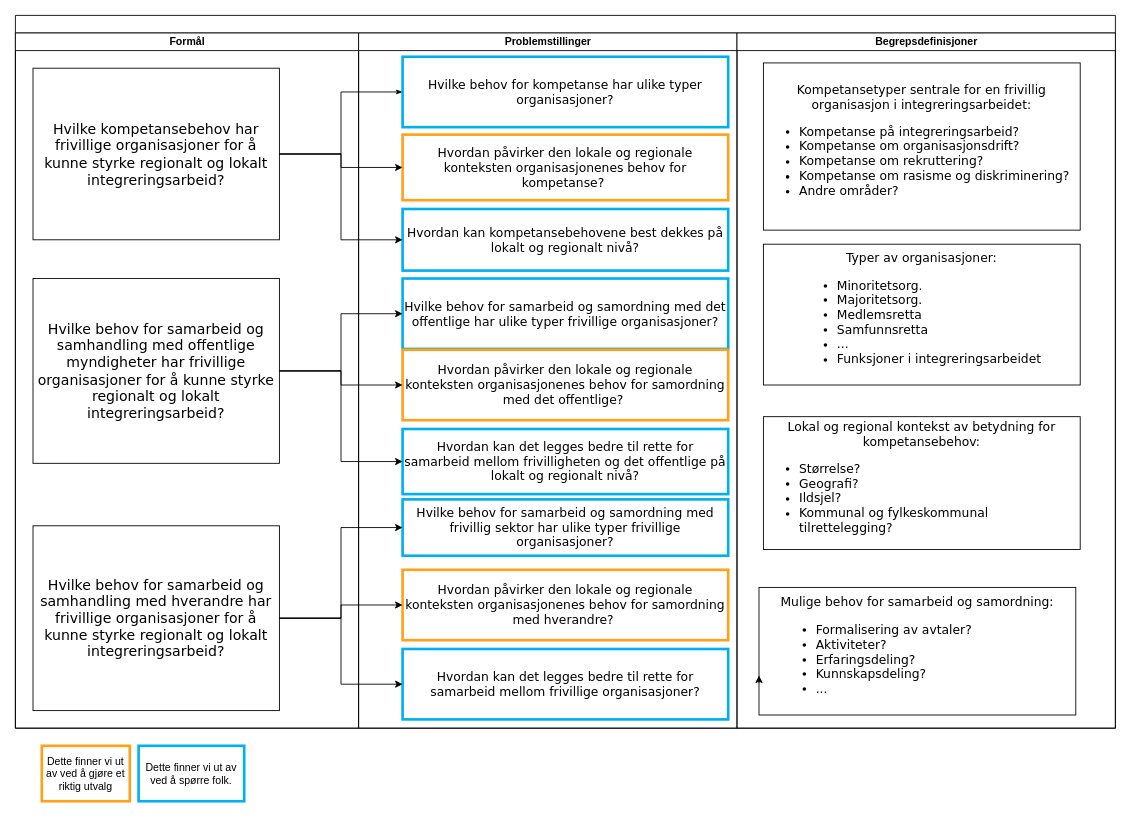
gardenberg/drawio_tegninger keeps this draw.io diagram as KOMPE_problemstillingstre.drawio. Above is the earlier version. Source tidied: cells renumbered, new cells numbered last; positions are measured from the earlier drawing's top-left corner, leaving out a move shared by most shapes. Both pictures are drawn from the tidied source at 88%, with x=0, y=0 at pixel (15, 15).
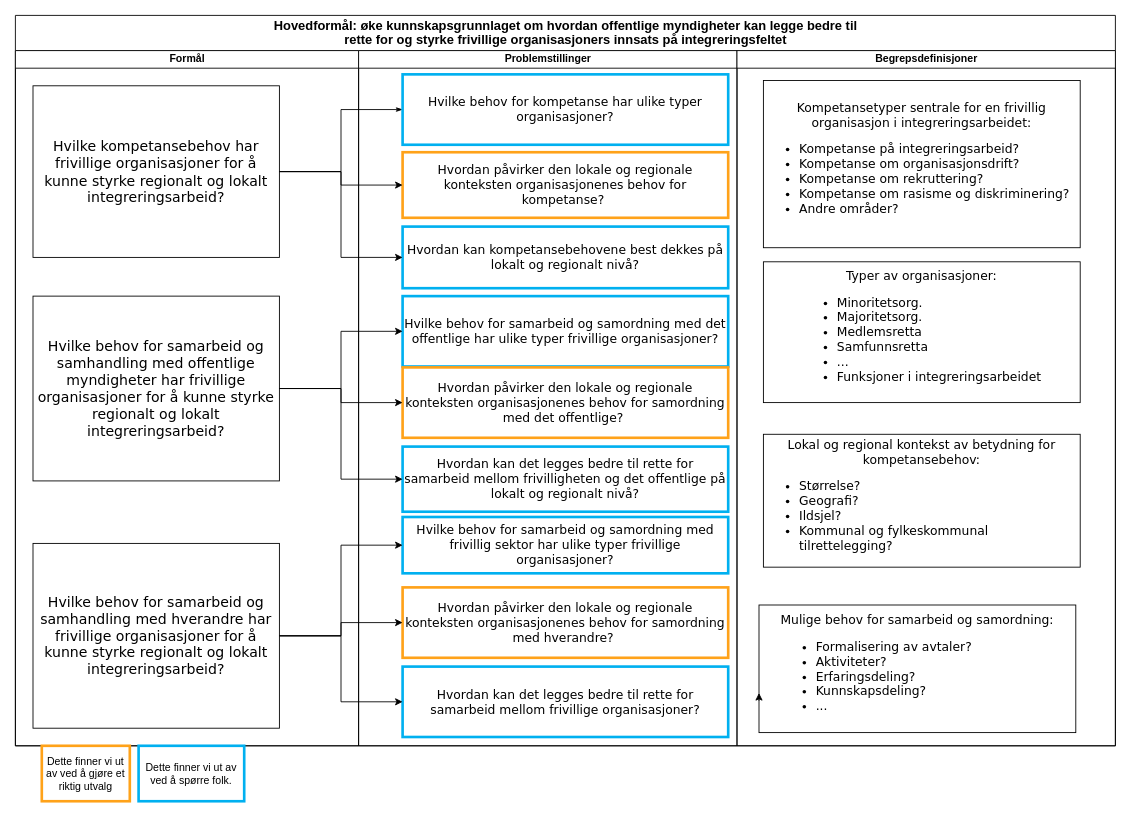
The same diagram, later.

Diff of the diagram source:
```diff
@@
-    <mxCell id="2" style="swimlane;html=1;startSize=20;rounded=0;shadow=0;labelBackgroundColor=none;strokeWidth=1;fontFamily=Verdana;fontSize=8;align=center;" parent="1" vertex="1">
-      <mxGeometry width="1250" height="810" as="geometry" />
+    <mxCell id="2" value="&lt;span style=&quot;font-size: 11.0pt ; line-height: 107% ; font-family: &amp;#34;calibri&amp;#34; , sans-serif&quot;&gt;Hovedformål: øke kunnskapsgrunnlaget om hvordan offentlige myndigheter kan legge bedre til&lt;br/&gt;rette for og styrke frivillige organisasjoners innsats på integreringsfeltet&lt;/span&gt;" style="swimlane;html=1;startSize=40;rounded=0;shadow=0;labelBackgroundColor=none;strokeWidth=1;fontFamily=Verdana;fontSize=8;align=center;" parent="1" vertex="1">
+      <mxGeometry width="1250" height="830" as="geometry" />
     </mxCell>
     <mxCell id="3" value="Formål" style="swimlane;html=1;startSize=20;rounded=0;" parent="2" vertex="1">
-      <mxGeometry y="20" width="390" height="790" as="geometry" />
+      <mxGeometry y="40" width="390" height="790" as="geometry" />
     </mxCell>
@@
     <mxCell id="8" value="Problemstillinger" style="swimlane;html=1;startSize=20;rounded=0;" parent="2" vertex="1">
-      <mxGeometry x="390" y="20" width="430" height="790" as="geometry" />
+      <mxGeometry x="390" y="40" width="430" height="790" as="geometry" />
     </mxCell>
@@
     <mxCell id="26" value="Begrepsdefinisjoner" style="swimlane;html=1;startSize=20;rounded=0;" parent="2" vertex="1">
-      <mxGeometry x="820" y="20" width="430" height="790" as="geometry" />
+      <mxGeometry x="820" y="40" width="430" height="790" as="geometry" />
     </mxCell>
```
